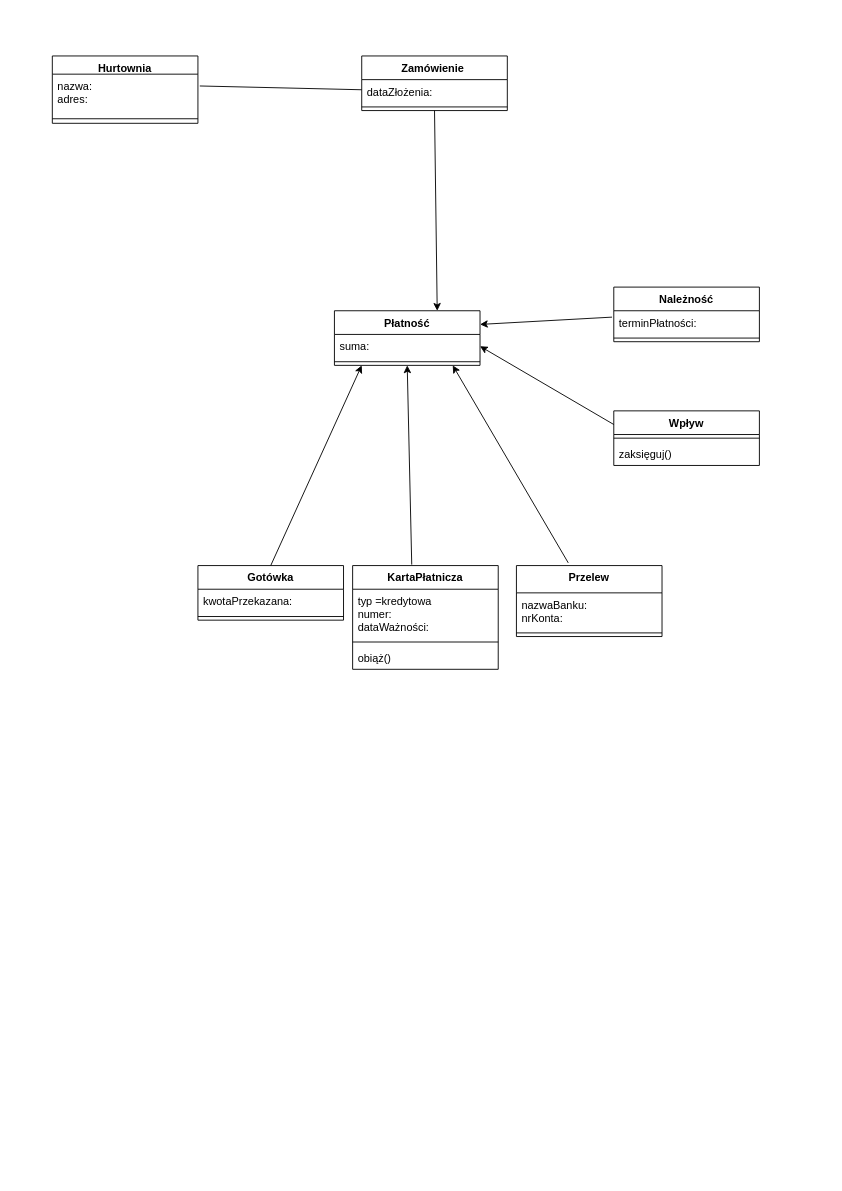
FaBcZeX202/New keeps this draw.io diagram as Untitled Diagram.drawio. Above is the earlier version. Source tidied: cells renumbered, new cells numbered last; positions are measured from the earlier drawing's top-left corner, leaving out a move shared by most shapes. Both pictures are drawn from the tidied source at 91%, with x=0, y=0 at pixel (52, 56).
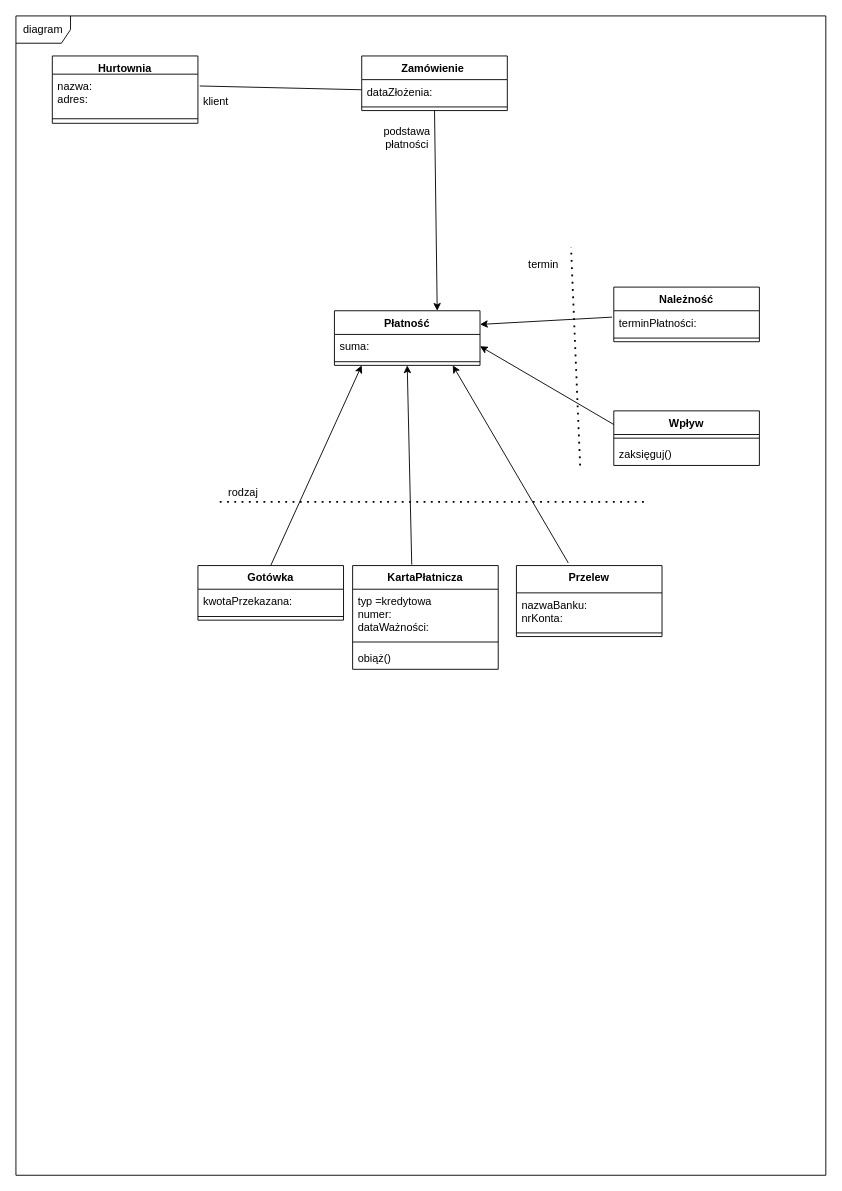
The same page after the edit.

Change to the diagram source:
```diff
@@
+    <mxCell id="34" style="endArrow=none;dashed=1;html=1;dashPattern=1 3;strokeWidth=2;" parent="1" edge="1">
+      <mxGeometry relative="1" as="geometry">
+        <mxPoint x="580" y="450" as="sourcePoint" />
+        <mxPoint x="570" y="210" as="targetPoint" />
+      </mxGeometry>
+    </mxCell>
+    <mxCell id="35" style="endArrow=none;dashed=1;html=1;dashPattern=1 3;strokeWidth=2;" parent="1" edge="1">
+      <mxGeometry relative="1" as="geometry">
+        <mxPoint x="650" y="490" as="sourcePoint" />
+        <mxPoint x="180" y="490" as="targetPoint" />
+        <Array as="points">
+          <mxPoint x="310" y="490" />
+        </Array>
+      </mxGeometry>
+    </mxCell>
+    <mxCell id="36" value="rodzaj" style="text;html=1;strokeColor=none;fillColor=none;align=center;verticalAlign=middle;whiteSpace=wrap;rounded=0;" parent="1" vertex="1">
+      <mxGeometry x="190" y="470" width="40" height="20" as="geometry" />
+    </mxCell>
+    <mxCell id="37" value="termin" style="text;html=1;strokeColor=none;fillColor=none;align=center;verticalAlign=middle;whiteSpace=wrap;rounded=0;" parent="1" vertex="1">
+      <mxGeometry x="520" y="220" width="40" height="20" as="geometry" />
+    </mxCell>
+    <mxCell id="38" value="podstawa płatności" style="text;html=1;strokeColor=none;fillColor=none;align=center;verticalAlign=middle;whiteSpace=wrap;rounded=0;" parent="1" vertex="1">
+      <mxGeometry x="370" y="80" width="40" height="20" as="geometry" />
+    </mxCell>
+    <mxCell id="39" value="klient&lt;br&gt;" style="text;html=1;strokeColor=none;fillColor=none;align=center;verticalAlign=middle;whiteSpace=wrap;rounded=0;" parent="1" vertex="1">
+      <mxGeometry x="160" y="40" width="40" height="20" as="geometry" />
+    </mxCell>
+    <mxCell id="40" value="diagram" style="shape=umlFrame;whiteSpace=wrap;html=1;" parent="1" vertex="1">
+      <mxGeometry x="-40" y="-44" width="890" height="1274" as="geometry" />
+    </mxCell>
```
